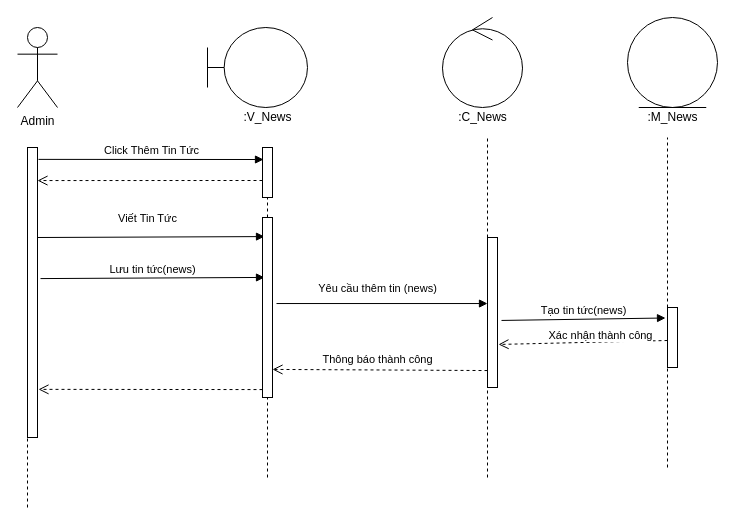
This is Sequence/ThemTinTuc.drawio from hoangminh15/PTTKHT, a draw.io file, before an edit. Source tidied: cells renumbered, new cells numbered last; positions are measured from the earlier drawing's top-left corner, leaving out a move shared by most shapes. Both pictures are drawn from the tidied source at 100%, with x=0, y=0 at pixel (17, 17).
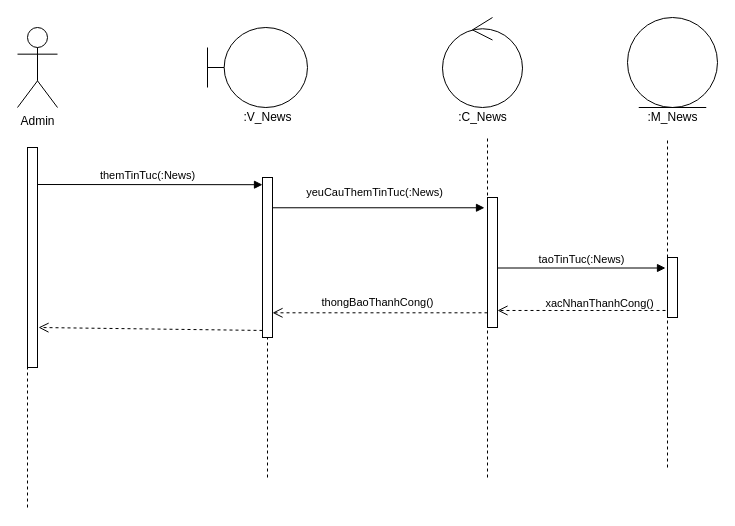
After the change.

The edit, as a diff of the source:
```diff
@@
-    <mxCell id="2" value="Click Thêm Tin Tức" style="html=1;verticalAlign=bottom;endArrow=block;exitX=1.1;exitY=0.041;exitDx=0;exitDy=0;exitPerimeter=0;entryX=0.1;entryY=0.24;entryDx=0;entryDy=0;entryPerimeter=0;" parent="1" edge="1" source="16" target="14">
-      <mxGeometry relative="1" as="geometry" />
-    </mxCell>
-    <mxCell id="3" style="html=1;verticalAlign=bottom;endArrow=open;dashed=1;endSize=8;entryX=1;entryY=0.114;entryDx=0;entryDy=0;entryPerimeter=0;exitX=0;exitY=0.66;exitDx=0;exitDy=0;exitPerimeter=0;" parent="1" edge="1" source="14" target="16">
-      <mxGeometry relative="1" as="geometry" />
-    </mxCell>
-    <mxCell id="4" value="Viết Tin Tức" style="html=1;verticalAlign=bottom;endArrow=block;exitX=1;exitY=0.345;exitDx=0;exitDy=0;exitPerimeter=0;entryX=0.2;entryY=0.106;entryDx=0;entryDy=0;entryPerimeter=0;" parent="1" edge="1" target="17">
-      <mxGeometry x="-0.03" y="10" relative="1" as="geometry">
-        <mxPoint x="20" y="220" as="sourcePoint" />
-      </mxGeometry>
-    </mxCell>
-    <mxCell id="5" value="Lưu tin tức(news)" style="html=1;verticalAlign=bottom;endArrow=block;exitX=1.3;exitY=0.452;exitDx=0;exitDy=0;exitPerimeter=0;entryX=0.2;entryY=0.333;entryDx=0;entryDy=0;entryPerimeter=0;" parent="1" edge="1" source="16" target="17">
-      <mxGeometry relative="1" as="geometry" />
+    <mxCell id="5" value="themTinTuc(:News)" style="html=1;verticalAlign=bottom;endArrow=block;entryX=0;entryY=0.045;entryDx=0;entryDy=0;entryPerimeter=0;" parent="1" edge="1" target="17">
+      <mxGeometry relative="1" as="geometry">
+        <mxPoint x="15" y="167" as="sourcePoint" />
+      </mxGeometry>
     </mxCell>
-    <mxCell id="6" value="Yêu cầu thêm tin (news)" style="html=1;verticalAlign=bottom;endArrow=block;exitX=1.4;exitY=0.478;exitDx=0;exitDy=0;exitPerimeter=0;" parent="1" edge="1" source="17" target="21">
+    <mxCell id="6" value="yeuCauThemTinTuc(:News)" style="html=1;verticalAlign=bottom;endArrow=block;entryX=-0.3;entryY=0.079;entryDx=0;entryDy=0;entryPerimeter=0;" parent="1" edge="1" source="17" target="21">
       <mxGeometry x="-0.04" y="6" relative="1" as="geometry" />
     </mxCell>
-    <mxCell id="7" value="Thông báo thành công" style="html=1;verticalAlign=bottom;endArrow=open;dashed=1;endSize=8;exitX=0;exitY=0.887;exitDx=0;exitDy=0;exitPerimeter=0;entryX=1;entryY=0.844;entryDx=0;entryDy=0;entryPerimeter=0;" parent="1" edge="1" source="21" target="17">
+    <mxCell id="7" value="thongBaoThanhCong()" style="html=1;verticalAlign=bottom;endArrow=open;dashed=1;endSize=8;exitX=0;exitY=0.887;exitDx=0;exitDy=0;exitPerimeter=0;" parent="1" edge="1" source="21" target="17">
       <mxGeometry x="0.02" y="-1" relative="1" as="geometry" />
     </mxCell>
@@
-    <mxCell id="13" style="endArrow=none;dashed=1;html=1;" parent="1" edge="1" source="14">
+    <mxCell id="13" style="endArrow=none;dashed=1;html=1;" parent="1" edge="1">
       <mxGeometry relative="1" as="geometry">
+        <mxPoint x="249.5" y="130" as="sourcePoint" />
         <mxPoint x="249.5" y="130" as="targetPoint" />
       </mxGeometry>
     </mxCell>
-    <mxCell id="14" style="html=1;points=[];perimeter=orthogonalPerimeter;" parent="1" vertex="1">
-      <mxGeometry x="245" y="130" width="10" height="50" as="geometry" />
-    </mxCell>
-    <mxCell id="15" style="endArrow=none;dashed=1;html=1;" parent="1" edge="1" source="17" target="14">
-      <mxGeometry relative="1" as="geometry" />
+    <mxCell id="15" style="endArrow=none;dashed=1;html=1;" parent="1" edge="1" source="17">
+      <mxGeometry relative="1" as="geometry">
+        <mxPoint x="250" y="180" as="targetPoint" />
+      </mxGeometry>
     </mxCell>
     <mxCell id="16" style="html=1;points=[];perimeter=orthogonalPerimeter;" parent="1" vertex="1">
-      <mxGeometry x="10" y="130" width="10" height="290" as="geometry" />
+      <mxGeometry x="10" y="130" width="10" height="220" as="geometry" />
     </mxCell>
     <mxCell id="17" style="html=1;points=[];perimeter=orthogonalPerimeter;" parent="1" vertex="1">
-      <mxGeometry x="245" y="200" width="10" height="180" as="geometry" />
+      <mxGeometry x="245" y="160" width="10" height="160" as="geometry" />
     </mxCell>
@@
     <mxCell id="21" style="html=1;points=[];perimeter=orthogonalPerimeter;" parent="1" vertex="1">
-      <mxGeometry x="470" y="220" width="10" height="150" as="geometry" />
+      <mxGeometry x="470" y="180" width="10" height="130" as="geometry" />
     </mxCell>
-    <mxCell id="22" style="html=1;verticalAlign=bottom;endArrow=open;dashed=1;endSize=8;exitX=0;exitY=0.956;exitDx=0;exitDy=0;exitPerimeter=0;entryX=1.1;entryY=0.834;entryDx=0;entryDy=0;entryPerimeter=0;" parent="1" edge="1" source="17" target="16">
-      <mxGeometry relative="1" as="geometry" />
+    <mxCell id="22" style="html=1;verticalAlign=bottom;endArrow=open;dashed=1;endSize=8;exitX=0;exitY=0.956;exitDx=0;exitDy=0;exitPerimeter=0;" parent="1" edge="1" source="17">
+      <mxGeometry relative="1" as="geometry">
+        <mxPoint x="21" y="310" as="targetPoint" />
+      </mxGeometry>
     </mxCell>
@@
-    <mxCell id="26" value="Tạo tin tức(news)" style="html=1;verticalAlign=bottom;endArrow=block;exitX=1.4;exitY=0.553;exitDx=0;exitDy=0;exitPerimeter=0;entryX=-0.2;entryY=0.175;entryDx=0;entryDy=0;entryPerimeter=0;" parent="1" edge="1" source="21" target="27">
+    <mxCell id="26" value="taoTinTuc(:News)" style="html=1;verticalAlign=bottom;endArrow=block;entryX=-0.2;entryY=0.175;entryDx=0;entryDy=0;entryPerimeter=0;" parent="1" edge="1" source="21" target="27">
       <mxGeometry relative="1" as="geometry" />
     </mxCell>
     <mxCell id="27" style="html=1;points=[];perimeter=orthogonalPerimeter;" parent="1" vertex="1">
-      <mxGeometry x="650" y="290" width="10" height="60" as="geometry" />
+      <mxGeometry x="650" y="240" width="10" height="60" as="geometry" />
     </mxCell>
@@
-    <mxCell id="29" value="Xác nhận thành công" style="html=1;verticalAlign=bottom;endArrow=open;dashed=1;endSize=8;exitX=0;exitY=0.55;exitDx=0;exitDy=0;exitPerimeter=0;entryX=1.1;entryY=0.713;entryDx=0;entryDy=0;entryPerimeter=0;" parent="1" edge="1" source="27" target="21">
+    <mxCell id="29" value="xacNhanThanhCong()" style="html=1;verticalAlign=bottom;endArrow=open;dashed=1;endSize=8;exitX=-0.2;exitY=0.883;exitDx=0;exitDy=0;exitPerimeter=0;" parent="1" edge="1" source="27" target="21">
       <mxGeometry x="-0.21" y="2" relative="1" as="geometry" />
     </mxCell>
```
